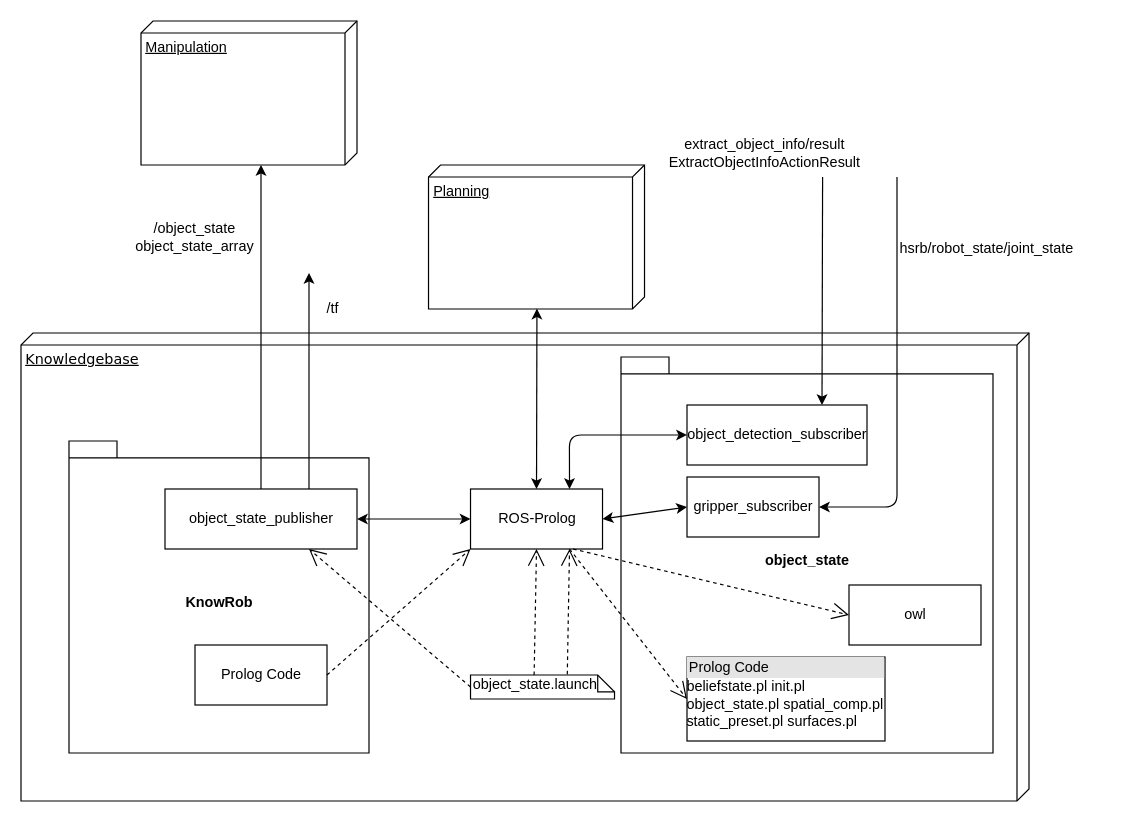
Before: knowledge_architecture/knowledge.drawio in SUTURO/suturo_resources, a draw.io diagram. Source tidied: cells renumbered, new cells numbered last; positions are measured from the earlier drawing's top-left corner, leaving out a move shared by most shapes. Both pictures are drawn from the tidied source at 120%, with x=0, y=0 at pixel (20, 20).
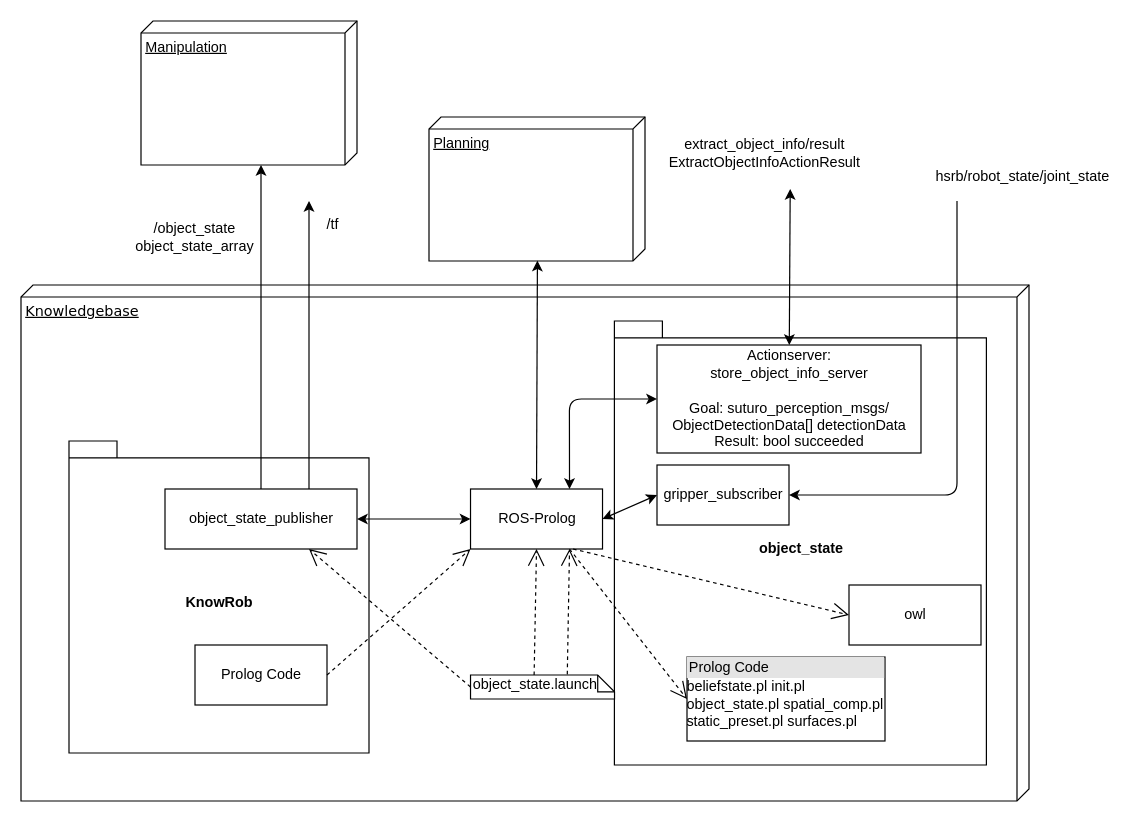
Above is the later version.

Commit message (it also covers changes not shown here):
add store_object_info_server to architecture

Unchanged cells that the change refers to:
```xml
<mxCell id="3" value="ROS-Prolog" style="html=1;" parent="1" vertex="1">
  <mxGeometry x="374.6" y="390" width="110" height="50" as="geometry" />
</mxCell>
<mxCell id="5" value="object_state_publisher" style="html=1;" parent="1" vertex="1">
  <mxGeometry x="120" y="390" width="160" height="50" as="geometry" />
</mxCell>
```

Diff of the diagram source:
```diff
@@
     <mxCell id="2" value="Knowledgebase" style="verticalAlign=top;align=left;spacingTop=8;spacingLeft=2;spacingRight=12;shape=cube;size=10;direction=south;fontStyle=4;html=1;rounded=0;shadow=0;comic=0;labelBackgroundColor=none;strokeWidth=1;fontFamily=Verdana;fontSize=12;" parent="1" vertex="1">
-      <mxGeometry y="260" width="840" height="390" as="geometry" />
+      <mxGeometry y="220" width="840" height="430" as="geometry" />
     </mxCell>
@@
     <mxCell id="6" style="endArrow=classic;html=1;exitX=0.75;exitY=0;exitDx=0;exitDy=0;" parent="1" edge="1" source="5">
       <mxGeometry relative="1" as="geometry">
-        <mxPoint x="240" y="210" as="targetPoint" />
+        <mxPoint x="240" y="150" as="targetPoint" />
         <Array as="points">
           <mxPoint x="240" y="310" />
         </Array>
       </mxGeometry>
     </mxCell>
     <mxCell id="7" value="/tf" style="text;html=1;strokeColor=none;fillColor=none;align=center;verticalAlign=middle;whiteSpace=wrap;rounded=0;" parent="1" vertex="1">
-      <mxGeometry x="240" y="230" width="40" height="20" as="geometry" />
+      <mxGeometry x="240" y="160" width="40" height="20" as="geometry" />
     </mxCell>
@@
     <mxCell id="11" value="Planning" style="verticalAlign=top;align=left;spacingTop=8;spacingLeft=2;spacingRight=12;shape=cube;size=10;direction=south;fontStyle=4;html=1;" parent="1" vertex="1">
-      <mxGeometry x="339.6" y="120" width="180" height="120" as="geometry" />
+      <mxGeometry x="340" y="80" width="180" height="120" as="geometry" />
     </mxCell>
@@
     <mxCell id="14" value="object_state" style="shape=folder;fontStyle=1;spacingTop=10;tabWidth=40;tabHeight=14;tabPosition=left;html=1;" parent="1" vertex="1">
-      <mxGeometry x="500" y="280" width="310" height="330" as="geometry" />
+      <mxGeometry x="494.5" y="250" width="310" height="370" as="geometry" />
     </mxCell>
-    <mxCell id="15" value="object_detection_subscriber" style="html=1;" parent="1" vertex="1">
-      <mxGeometry x="555" y="320" width="150" height="50" as="geometry" />
+    <mxCell id="15" value="&lt;div&gt;Actionserver:&lt;/div&gt;&lt;div&gt;&lt;span class=&quot;blob-code-inner blob-code-marker&quot;&gt;&lt;span class=&quot;pl-s&quot;&gt;&lt;span class=&quot;pl-pds&quot;&gt;&lt;/span&gt;store_object_info_server&lt;span class=&quot;pl-pds&quot;&gt;&lt;br&gt;&lt;/span&gt;&lt;/span&gt;&lt;/span&gt;&lt;/div&gt;&lt;div&gt;&lt;br&gt;&lt;/div&gt;&lt;div&gt;Goal: suturo_perception_msgs/&lt;/div&gt;&lt;div&gt;ObjectDetectionData[] detectionData&lt;br&gt;&lt;span class=&quot;blob-code-inner blob-code-marker&quot;&gt;&lt;span class=&quot;pl-s&quot;&gt;&lt;span class=&quot;pl-pds&quot;&gt;&lt;/span&gt;&lt;/span&gt;&lt;/span&gt;&lt;/div&gt;Result: bool succeeded" style="html=1;" parent="1" vertex="1">
+      <mxGeometry x="530" y="270" width="220" height="90" as="geometry" />
     </mxCell>
-    <mxCell id="16" style="endArrow=classic;html=1;entryX=0.75;entryY=0;entryDx=0;entryDy=0;" parent="1" edge="1" target="15">
+    <mxCell id="16" style="endArrow=classic;html=1;startArrow=classic;startFill=1;" parent="1" edge="1" target="15">
       <mxGeometry relative="1" as="geometry">
-        <mxPoint x="668" y="130" as="sourcePoint" />
+        <mxPoint x="641" y="140" as="sourcePoint" />
       </mxGeometry>
     </mxCell>
     <mxCell id="17" style="endArrow=classic;startArrow=classic;html=1;entryX=0;entryY=0.5;entryDx=0;entryDy=0;exitX=0.75;exitY=0;exitDx=0;exitDy=0;" parent="1" edge="1" source="3" target="15">
       <mxGeometry relative="1" as="geometry">
         <Array as="points">
-          <mxPoint x="457" y="345" />
-          <mxPoint x="510" y="345" />
+          <mxPoint x="457" y="315" />
         </Array>
       </mxGeometry>
     </mxCell>
@@
     <mxCell id="22" value="gripper_subscriber" style="html=1;" parent="1" vertex="1">
-      <mxGeometry x="555" y="380" width="110" height="50" as="geometry" />
+      <mxGeometry x="530" y="370" width="110" height="50" as="geometry" />
     </mxCell>
@@
     <mxCell id="24" style="endArrow=classic;html=1;entryX=1;entryY=0.5;entryDx=0;entryDy=0;" parent="1" edge="1" target="22">
       <mxGeometry relative="1" as="geometry">
-        <mxPoint x="730" y="130" as="sourcePoint" />
+        <mxPoint x="780" y="150" as="sourcePoint" />
         <Array as="points">
-          <mxPoint x="730" y="405" />
+          <mxPoint x="780" y="395" />
         </Array>
       </mxGeometry>
     </mxCell>
@@
     <mxCell id="31" value="hsrb/robot_state/joint_state" style="text;html=1;strokeColor=none;fillColor=none;align=center;verticalAlign=middle;whiteSpace=wrap;rounded=0;" parent="1" vertex="1">
-      <mxGeometry x="730" y="180" width="150" height="20" as="geometry" />
+      <mxGeometry x="760" y="120" width="150" height="20" as="geometry" />
     </mxCell>
```
